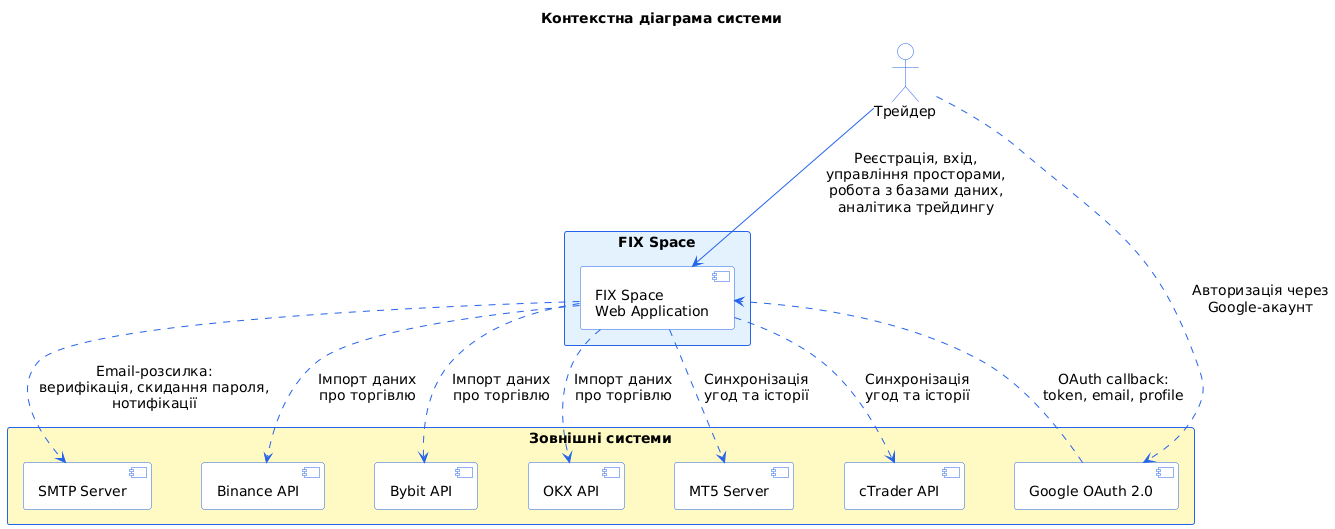
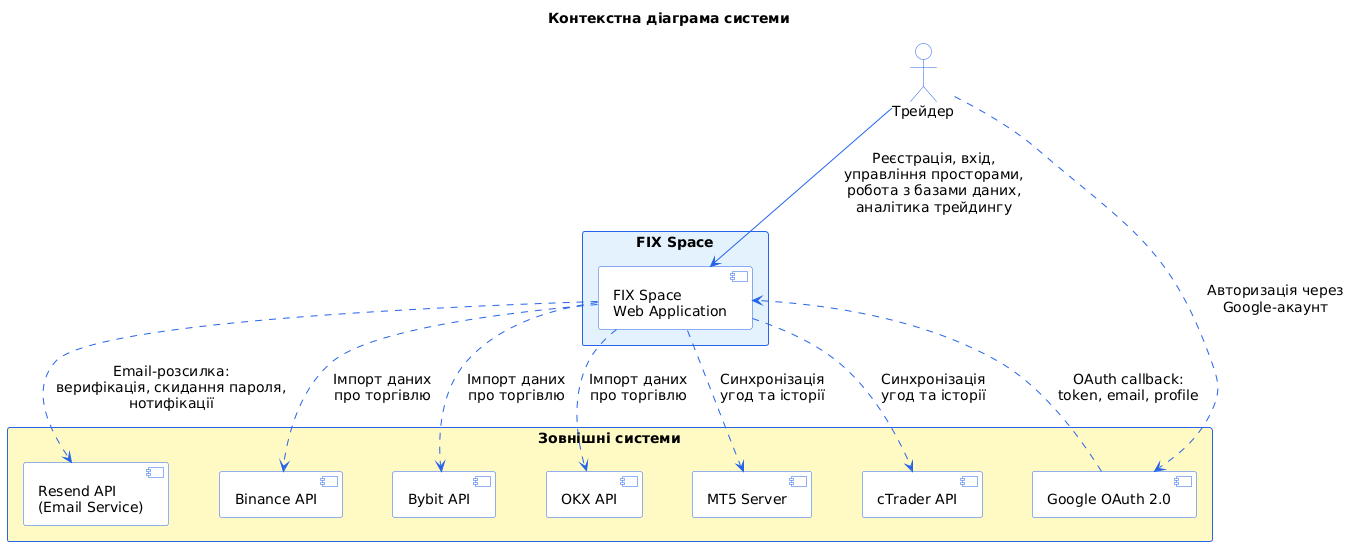
@startuml System_Context

skinparam backgroundColor #FFFFFF
skinparam shadowing false
skinparam packageStyle rectangle
skinparam defaultFontName "DejaVu Sans"
skinparam defaultFontSize 14
skinparam nodesep 50
skinparam ranksep 60

skinparam actorBackgroundColor #FFFFFF
skinparam actorBorderColor #2563eb
skinparam actorArrowColor #2563eb
skinparam componentBackgroundColor #FFFFFF
skinparam componentBorderColor #2563eb
skinparam componentArrowColor #2563eb
skinparam rectangleBackgroundColor #FFFFFF
skinparam rectangleBorderColor #2563eb

title Контекстна діаграма системи

actor "Трейдер" as User

rectangle "FIX Space" as System_Box #E3F2FD {
  component "FIX Space\nWeb Application" as System
}

rectangle "Зовнішні системи" as External_Box #FFF9C4 {
  component "Google OAuth 2.0" as Google
-   component "SMTP Server" as SMTP
+   component "Resend API\n(Email Service)" as Resend
  component "Binance API" as Binance
  component "Bybit API" as Bybit
  component "OKX API" as OKX
  component "MT5 Server" as MT5
  component "cTrader API" as cTrader
}

User --> System : Реєстрація, вхід,\nуправління просторами,\nробота з базами даних,\nаналітика трейдингу

User ..> Google : Авторизація через\nGoogle-акаунт

Google ..> System : OAuth callback:\ntoken, email, profile

- System ..> SMTP : Email-розсилка:\nверифікація, скидання пароля,\nнотифікації
+ System ..> Resend : Email-розсилка:\nверифікація, скидання пароля,\nнотифікації

System ..> Binance : Імпорт даних\nпро торгівлю
System ..> Bybit : Імпорт даних\nпро торгівлю
System ..> OKX : Імпорт даних\nпро торгівлю
System ..> MT5 : Синхронізація\nугод та історії
System ..> cTrader : Синхронізація\nугод та історії

@enduml
